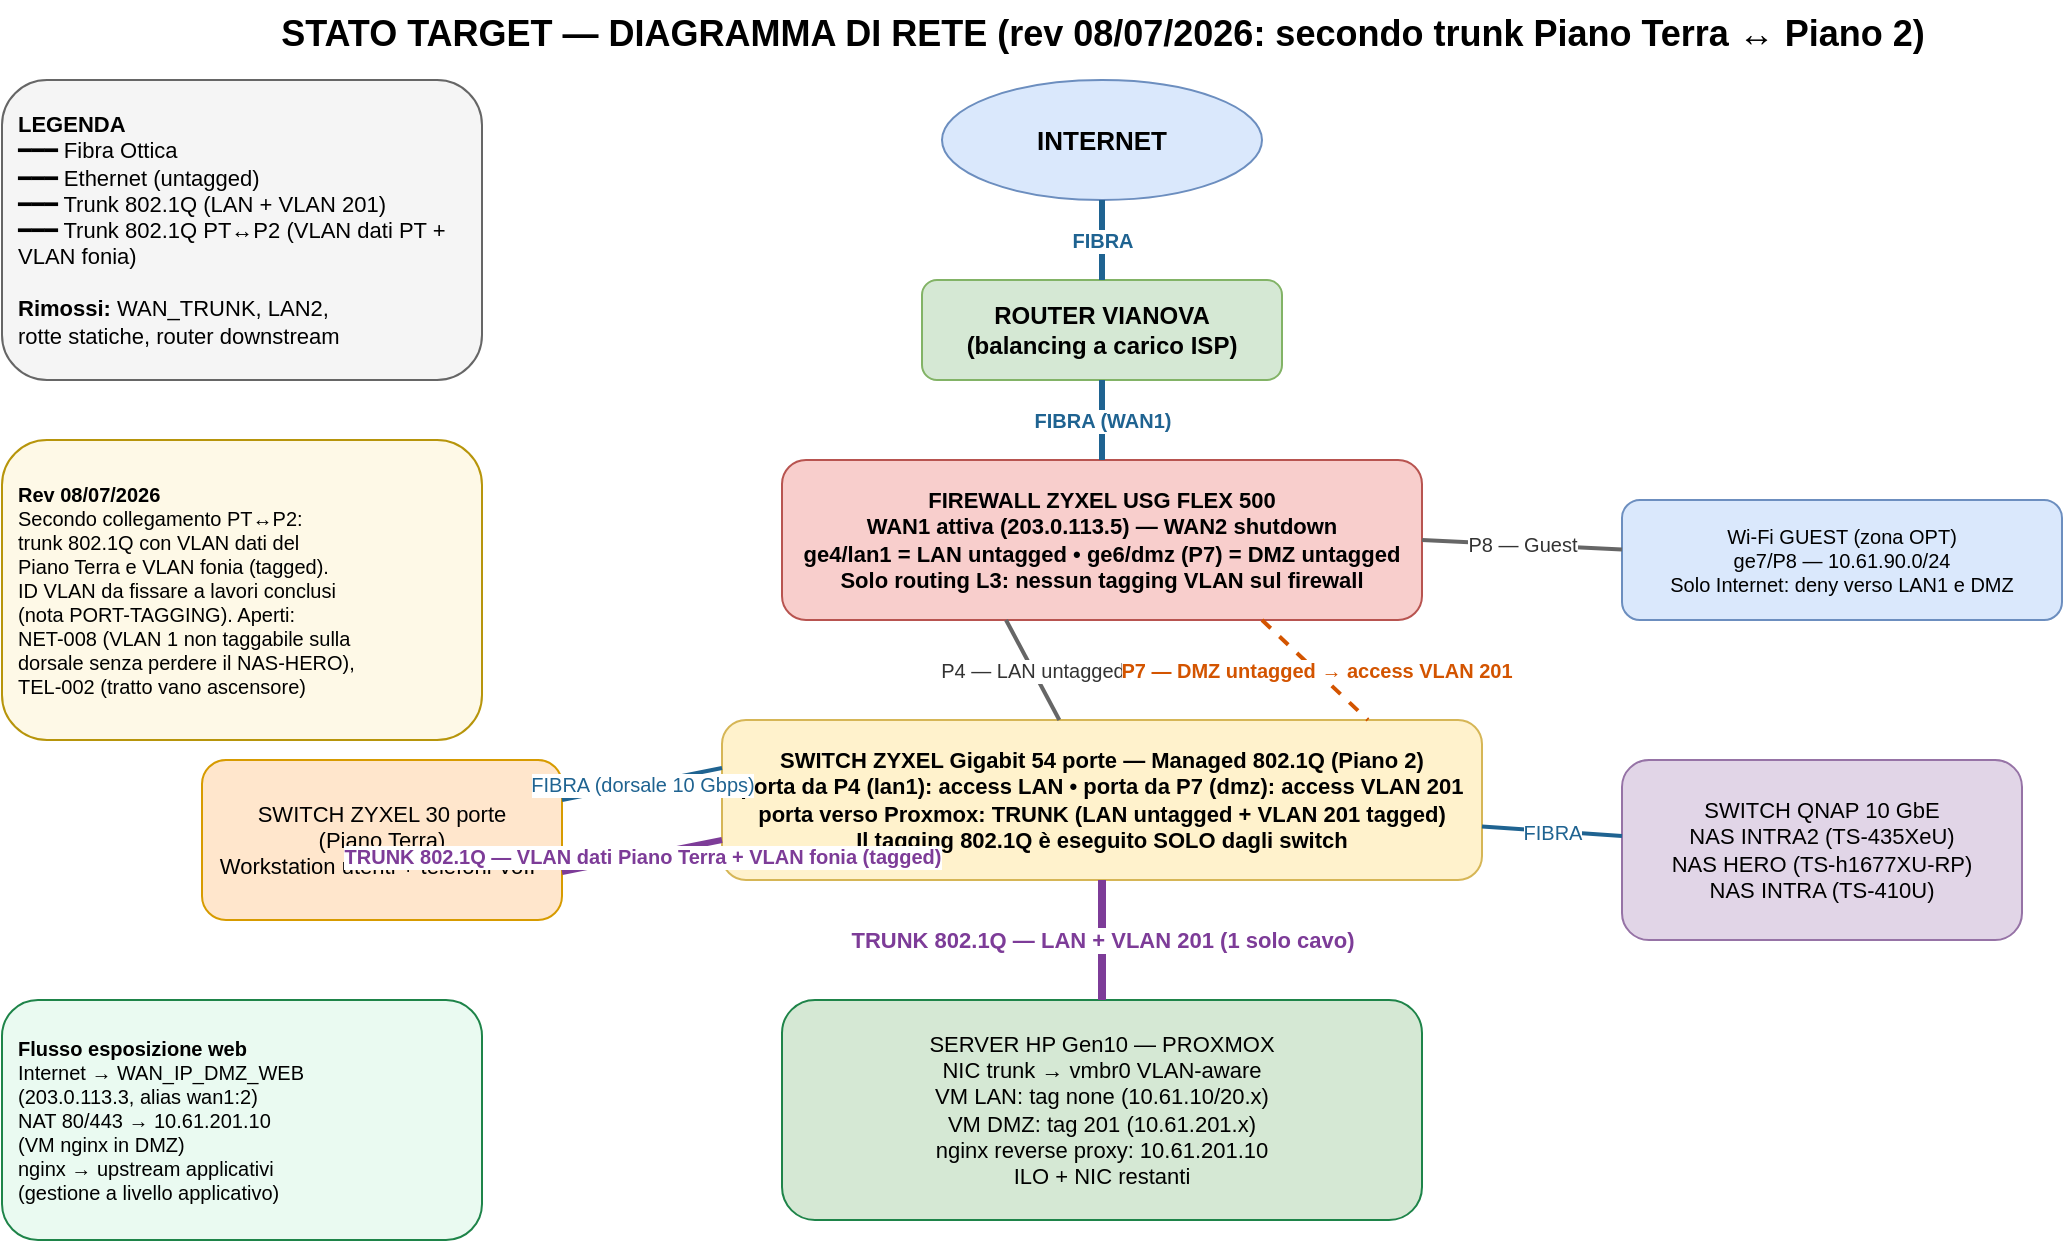
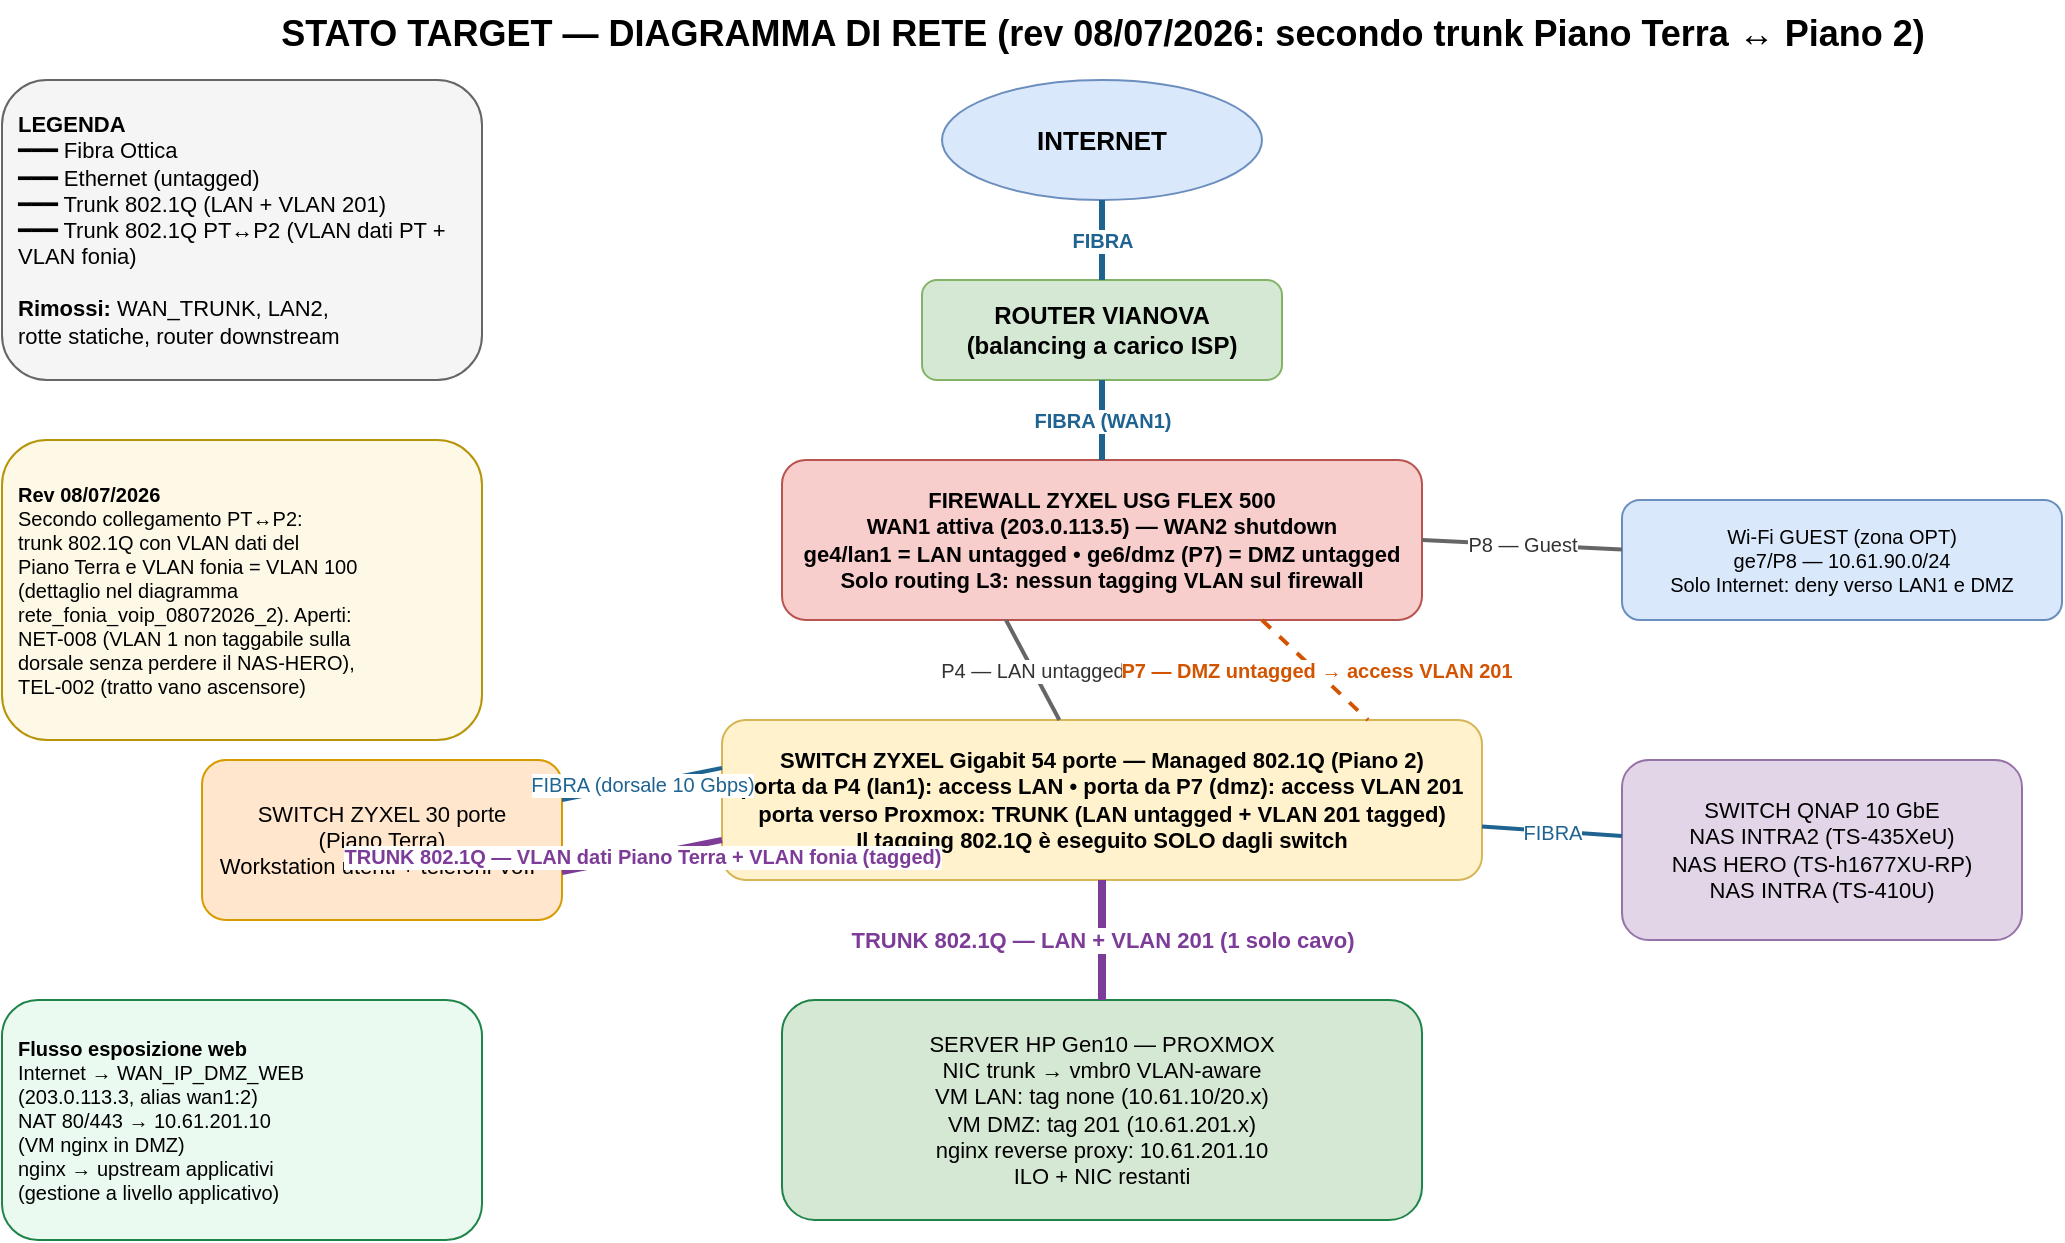
<mxfile host="app.diagrams.net" modified="2026-07-08T10:00:00.000Z" agent="Claude" version="24.0.0">
  <diagram id="target" name="Stato Target 08/07/2026">
    <mxGraphModel dx="1422" dy="800" grid="1" gridSize="10" guides="1" tooltips="1" connect="1" arrows="1" fold="1" page="1" pageScale="1" pageWidth="1169" pageHeight="826" math="0" shadow="0">
      <root>
        <mxCell id="0" />
        <mxCell id="1" parent="0" />

        <mxCell id="title" value="STATO TARGET — DIAGRAMMA DI RETE (rev 08/07/2026: secondo trunk Piano Terra ↔ Piano 2)" style="text;html=1;fontSize=18;fontStyle=1;align=center" vertex="1" parent="1">
          <mxGeometry x="200" y="20" width="780" height="30" as="geometry" />
        </mxCell>

        <mxCell id="legend" value="&lt;b&gt;LEGENDA&lt;/b&gt;&lt;br&gt;━━━ Fibra Ottica&lt;br&gt;━━━ Ethernet (untagged)&lt;br&gt;━━━ Trunk 802.1Q (LAN + VLAN 201)&lt;br&gt;━━━ Trunk 802.1Q PT↔P2 (VLAN dati PT + VLAN fonia)&lt;br&gt;&lt;br&gt;&lt;b&gt;Rimossi:&lt;/b&gt; WAN_TRUNK, LAN2,&lt;br&gt;rotte statiche, router downstream" style="rounded=1;whiteSpace=wrap;html=1;fillColor=#f5f5f5;strokeColor=#666666;align=left;spacing=8;fontSize=11" vertex="1" parent="1">
          <mxGeometry x="40" y="60" width="240" height="150" as="geometry" />
        </mxCell>

        <mxCell id="internet" value="INTERNET" style="ellipse;whiteSpace=wrap;html=1;fillColor=#dae8fc;strokeColor=#6c8ebf;fontSize=13;fontStyle=1" vertex="1" parent="1">
          <mxGeometry x="510" y="60" width="160" height="60" as="geometry" />
        </mxCell>

        <mxCell id="router" value="ROUTER VIANOVA&#10;(balancing a carico ISP)" style="rounded=1;whiteSpace=wrap;html=1;fillColor=#d5e8d4;strokeColor=#82b366;fontSize=12;fontStyle=1" vertex="1" parent="1">
          <mxGeometry x="500" y="160" width="180" height="50" as="geometry" />
        </mxCell>

        <mxCell id="firewall" value="FIREWALL ZYXEL USG FLEX 500&#10;WAN1 attiva (203.0.113.5) — WAN2 shutdown&#10;ge4/lan1 = LAN untagged • ge6/dmz (P7) = DMZ untagged&#10;Solo routing L3: nessun tagging VLAN sul firewall" style="rounded=1;whiteSpace=wrap;html=1;fillColor=#f8cecc;strokeColor=#b85450;fontSize=11;fontStyle=1" vertex="1" parent="1">
          <mxGeometry x="430" y="250" width="320" height="80" as="geometry" />
        </mxCell>

        <mxCell id="switch54" value="SWITCH ZYXEL Gigabit 54 porte — Managed 802.1Q (Piano 2)&#10;porta da P4 (lan1): access LAN • porta da P7 (dmz): access VLAN 201&#10;porta verso Proxmox: TRUNK (LAN untagged + VLAN 201 tagged)&#10;Il tagging 802.1Q è eseguito SOLO dagli switch" style="rounded=1;whiteSpace=wrap;html=1;fillColor=#fff2cc;strokeColor=#d6b656;fontSize=11;fontStyle=1" vertex="1" parent="1">
          <mxGeometry x="400" y="380" width="380" height="80" as="geometry" />
        </mxCell>

        <mxCell id="proxmox" value="SERVER HP Gen10 — PROXMOX&#10;NIC trunk → vmbr0 VLAN-aware&#10;VM LAN: tag none (10.61.10/20.x)&#10;VM DMZ: tag 201 (10.61.201.x)&#10;nginx reverse proxy: 10.61.201.10&#10;ILO + NIC restanti" style="rounded=1;whiteSpace=wrap;html=1;fillColor=#d5e8d4;strokeColor=#1e8449;fontSize=11" vertex="1" parent="1">
          <mxGeometry x="430" y="520" width="320" height="110" as="geometry" />
        </mxCell>

        <mxCell id="qnap" value="SWITCH QNAP 10 GbE&#10;NAS INTRA2 (TS-435XeU)&#10;NAS HERO (TS-h1677XU-RP)&#10;NAS INTRA (TS-410U)" style="rounded=1;whiteSpace=wrap;html=1;fillColor=#e1d5e7;strokeColor=#9673a6;fontSize=11" vertex="1" parent="1">
          <mxGeometry x="850" y="400" width="200" height="90" as="geometry" />
        </mxCell>

        <mxCell id="sw30" value="SWITCH ZYXEL 30 porte&#10;(Piano Terra)&#10;Workstation utenti + telefoni VoIP" style="rounded=1;whiteSpace=wrap;html=1;fillColor=#ffe6cc;strokeColor=#d79b00;fontSize=11" vertex="1" parent="1">
          <mxGeometry x="140" y="400" width="180" height="80" as="geometry" />
        </mxCell>

        <mxCell id="guest" value="Wi-Fi GUEST (zona OPT)&#10;ge7/P8 — 10.61.90.0/24&#10;Solo Internet: deny verso LAN1 e DMZ" style="rounded=1;whiteSpace=wrap;html=1;fillColor=#dae8fc;strokeColor=#6c8ebf;fontSize=10" vertex="1" parent="1">
          <mxGeometry x="850" y="270" width="220" height="60" as="geometry" />
        </mxCell>

        <mxCell id="e1" style="endArrow=none;html=1;strokeColor=#1f6391;strokeWidth=3;fontSize=10;fontStyle=1;fontColor=#1f6391;labelBackgroundColor=#ffffff" edge="1" parent="1" source="internet" target="router" value="FIBRA">
          <mxGeometry relative="1" as="geometry" />
        </mxCell>
        <mxCell id="e2" style="endArrow=none;html=1;strokeColor=#1f6391;strokeWidth=3;fontSize=10;fontStyle=1;fontColor=#1f6391;labelBackgroundColor=#ffffff" edge="1" parent="1" source="router" target="firewall" value="FIBRA (WAN1)">
          <mxGeometry relative="1" as="geometry" />
        </mxCell>
        <mxCell id="e3" style="endArrow=none;html=1;strokeColor=#666666;strokeWidth=2;fontSize=10;fontColor=#333333;labelBackgroundColor=#ffffff;exitX=0.35;exitY=1" edge="1" parent="1" source="firewall" target="switch54" value="P4 — LAN untagged">
          <mxGeometry relative="1" as="geometry" />
        </mxCell>
        <mxCell id="e4" style="endArrow=none;html=1;strokeColor=#d35400;strokeWidth=2;dashed=1;fontSize=10;fontStyle=1;fontColor=#d35400;labelBackgroundColor=#ffffff;exitX=0.75;exitY=1;entryX=0.85;entryY=0" edge="1" parent="1" source="firewall" target="switch54" value="P7 — DMZ untagged → access VLAN 201">
          <mxGeometry relative="1" as="geometry" />
        </mxCell>
        <mxCell id="e5" style="endArrow=none;html=1;strokeColor=#7d3c98;strokeWidth=4;fontSize=11;fontStyle=1;fontColor=#7d3c98;labelBackgroundColor=#ffffff" edge="1" parent="1" source="switch54" target="proxmox" value="TRUNK 802.1Q — LAN + VLAN 201 (1 solo cavo)">
          <mxGeometry relative="1" as="geometry" />
        </mxCell>
        <mxCell id="e6" style="endArrow=none;html=1;strokeColor=#1f6391;strokeWidth=2;fontSize=10;fontColor=#1f6391;labelBackgroundColor=#ffffff" edge="1" parent="1" source="switch54" target="qnap" value="FIBRA">
          <mxGeometry relative="1" as="geometry" />
        </mxCell>
        <mxCell id="e7" style="endArrow=none;html=1;strokeColor=#1f6391;strokeWidth=2;fontSize=10;fontColor=#1f6391;labelBackgroundColor=#ffffff;exitX=0;exitY=0.3;entryX=1;entryY=0.25" edge="1" parent="1" source="switch54" target="sw30" value="FIBRA (dorsale 10 Gbps)">
          <mxGeometry relative="1" as="geometry" />
        </mxCell>
        <mxCell id="e9" style="endArrow=none;html=1;strokeColor=#7d3c98;strokeWidth=3;fontSize=10;fontStyle=1;fontColor=#7d3c98;labelBackgroundColor=#ffffff;exitX=0;exitY=0.75;entryX=1;entryY=0.7" edge="1" parent="1" source="switch54" target="sw30" value="TRUNK 802.1Q — VLAN dati Piano Terra + VLAN fonia (tagged)">
          <mxGeometry relative="1" as="geometry" />
        </mxCell>
        <mxCell id="e8" style="endArrow=none;html=1;strokeColor=#666666;strokeWidth=2;fontSize=10;fontColor=#333333;labelBackgroundColor=#ffffff;exitX=1;exitY=0.5" edge="1" parent="1" source="firewall" target="guest" value="P8 — Guest">
          <mxGeometry relative="1" as="geometry" />
        </mxCell>

        <mxCell id="flow" value="&lt;b&gt;Flusso esposizione web&lt;/b&gt;&lt;br&gt;Internet → WAN_IP_DMZ_WEB&lt;br&gt;(203.0.113.3, alias wan1:2)&lt;br&gt;NAT 80/443 → 10.61.201.10&lt;br&gt;(VM nginx in DMZ)&lt;br&gt;nginx → upstream applicativi&lt;br&gt;(gestione a livello applicativo)" style="rounded=1;whiteSpace=wrap;html=1;fillColor=#eafaf1;strokeColor=#1e8449;align=left;spacing=8;fontSize=10" vertex="1" parent="1">
          <mxGeometry x="40" y="520" width="240" height="120" as="geometry" />
        </mxCell>

-         <mxCell id="note0807" value="&lt;b&gt;Rev 08/07/2026&lt;/b&gt;&lt;br&gt;Secondo collegamento PT↔P2:&lt;br&gt;trunk 802.1Q con VLAN dati del&lt;br&gt;Piano Terra e VLAN fonia (tagged).&lt;br&gt;ID VLAN da fissare a lavori conclusi&lt;br&gt;(nota PORT-TAGGING). Aperti:&lt;br&gt;NET-008 (VLAN 1 non taggabile sulla&lt;br&gt;dorsale senza perdere il NAS-HERO),&lt;br&gt;TEL-002 (tratto vano ascensore)" style="rounded=1;whiteSpace=wrap;html=1;fillColor=#fef9e7;strokeColor=#b7950b;align=left;spacing=8;fontSize=10" vertex="1" parent="1">
+         <mxCell id="note0807" value="&lt;b&gt;Rev 08/07/2026&lt;/b&gt;&lt;br&gt;Secondo collegamento PT↔P2:&lt;br&gt;trunk 802.1Q con VLAN dati del&lt;br&gt;Piano Terra e VLAN fonia = VLAN 100&lt;br&gt;(dettaglio nel diagramma&lt;br&gt;rete_fonia_voip_08072026_2). Aperti:&lt;br&gt;NET-008 (VLAN 1 non taggabile sulla&lt;br&gt;dorsale senza perdere il NAS-HERO),&lt;br&gt;TEL-002 (tratto vano ascensore)" style="rounded=1;whiteSpace=wrap;html=1;fillColor=#fef9e7;strokeColor=#b7950b;align=left;spacing=8;fontSize=10" vertex="1" parent="1">
          <mxGeometry x="40" y="240" width="240" height="150" as="geometry" />
        </mxCell>
      </root>
    </mxGraphModel>
  </diagram>
</mxfile>
